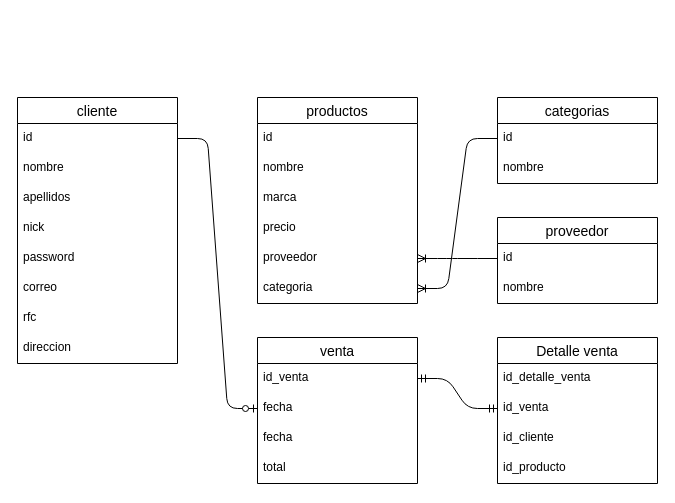
JorgeGarcia20/crud_flask keeps this draw.io diagram as page "Diagrama DB" (2 of 5) of docs/db.drawio. Above is the earlier version. Source tidied: cells renumbered, new cells numbered last; positions are measured from the earlier drawing's top-left corner, leaving out a move shared by most shapes. Both pictures are drawn from the tidied source at 100%, with x=0, y=0 at pixel (17, 97).
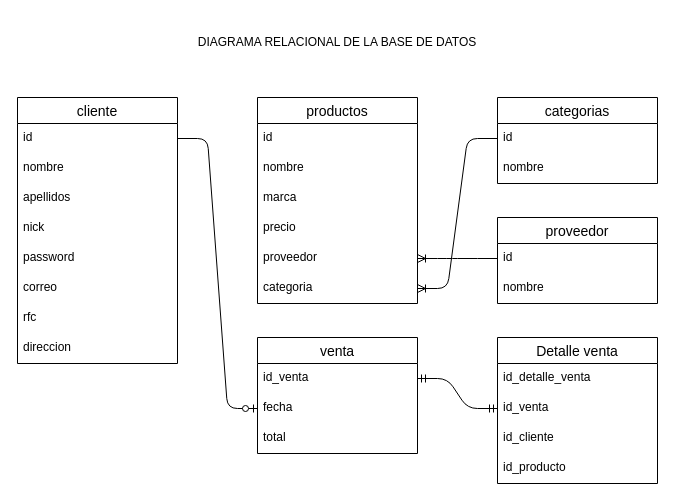
The same diagram, later.

What changed in the source:
```diff
@@
     <mxCell id="26" value="venta" style="swimlane;fontStyle=0;horizontal=1;startSize=26;align=center;fontSize=14;" parent="1" vertex="1">
-      <mxGeometry x="240" y="240" width="160" height="146" as="geometry" />
+      <mxGeometry x="240" y="240" width="160" height="116" as="geometry" />
     </mxCell>
@@
-    <mxCell id="28" value="fecha" style="text;strokeColor=none;fillColor=none;spacingLeft=4;spacingRight=4;overflow=hidden;fontSize=12;" parent="26" vertex="1">
-      <mxGeometry y="56" width="160" height="30" as="geometry" />
-    </mxCell>
     <mxCell id="29" value="fecha" style="text;strokeColor=none;fillColor=none;spacingLeft=4;spacingRight=4;overflow=hidden;fontSize=12;" parent="26" vertex="1">
-      <mxGeometry y="86" width="160" height="30" as="geometry" />
+      <mxGeometry y="56" width="160" height="30" as="geometry" />
     </mxCell>
     <mxCell id="30" value="total" style="text;strokeColor=none;fillColor=none;spacingLeft=4;spacingRight=4;overflow=hidden;fontSize=12;" parent="26" vertex="1">
-      <mxGeometry y="116" width="160" height="30" as="geometry" />
+      <mxGeometry y="86" width="160" height="30" as="geometry" />
     </mxCell>
@@
+    <mxCell id="38" value="DIAGRAMA RELACIONAL DE LA BASE DE DATOS" style="text;html=1;strokeColor=none;fillColor=none;align=center;verticalAlign=middle;whiteSpace=wrap;rounded=0;" parent="1" vertex="1">
+      <mxGeometry x="136" y="-80" width="368" height="50" as="geometry" />
+    </mxCell>
```
